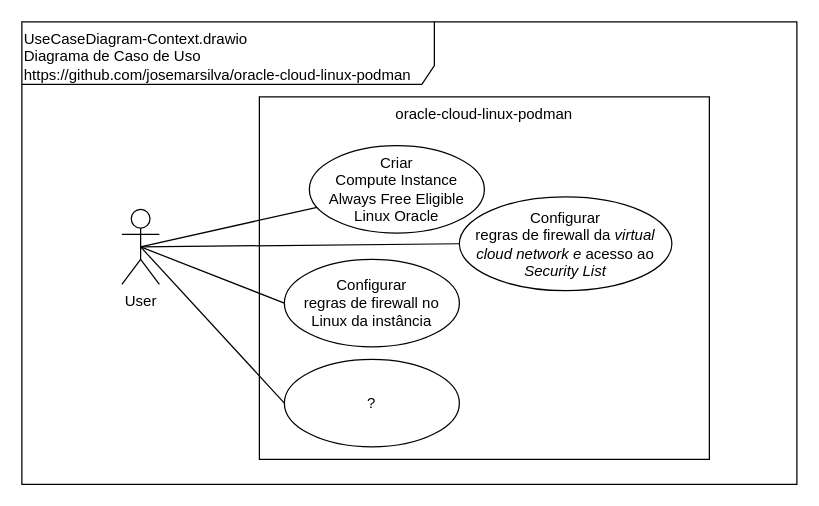
josemarsilva/oracle-cloud-linux-podman keeps this draw.io diagram as doc/uml-diagrams/UseCaseDiagram-Context.drawio. Above is the earlier version. Source tidied: cells renumbered, new cells numbered last; positions are measured from the earlier drawing's top-left corner, leaving out a move shared by most shapes. Both pictures are drawn from the tidied source at 125%, with x=0, y=0 at pixel (21, 21).
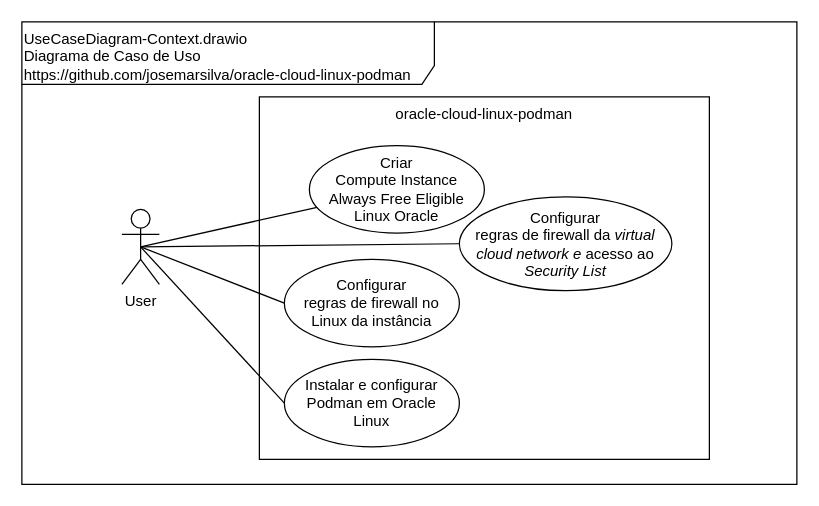
The same page after the edit.

What changed in the source:
```diff
@@
 <mxGraphModel>
   <root>
     <mxCell id="0" />
     <mxCell id="1" parent="0" />
     <mxCell id="2" value="UseCaseDiagram-Context.drawio&lt;br&gt;Diagrama de Caso de Uso&lt;br&gt;https://github.com/josemarsilva/oracle-cloud-linux-podman" style="shape=umlFrame;whiteSpace=wrap;html=1;width=330;height=50;verticalAlign=top;align=left;" parent="1" vertex="1">
       <mxGeometry width="620" height="370" as="geometry" />
     </mxCell>
     <mxCell id="3" value="&lt;div style=&quot;text-align: center&quot;&gt;User&lt;/div&gt;" style="shape=umlActor;verticalLabelPosition=bottom;labelBackgroundColor=#ffffff;verticalAlign=top;html=1;align=center;" parent="1" vertex="1">
       <mxGeometry x="80" y="150" width="30" height="60" as="geometry" />
     </mxCell>
     <mxCell id="4" value="&lt;div style=&quot;text-align: center&quot;&gt;&lt;span&gt;oracle-cloud-linux-podman&lt;/span&gt;&lt;/div&gt;" style="rounded=0;whiteSpace=wrap;html=1;align=center;verticalAlign=top;" parent="1" vertex="1">
       <mxGeometry x="190" y="60" width="360" height="290" as="geometry" />
     </mxCell>
     <mxCell id="5" value="Criar&lt;br&gt;Compute Instance&lt;br&gt;Always Free Eligible&lt;br&gt;Linux Oracle" style="ellipse;whiteSpace=wrap;html=1;align=center;" parent="1" vertex="1">
       <mxGeometry x="230" y="99" width="140" height="70" as="geometry" />
     </mxCell>
     <mxCell id="6" style="rounded=0;jettySize=auto;html=1;endArrow=none;endFill=0;exitX=0.5;exitY=0.5;exitDx=0;exitDy=0;exitPerimeter=0;" parent="1" edge="1" source="3" target="5">
       <mxGeometry relative="1" as="geometry" />
     </mxCell>
     <mxCell id="7" value="Configurar&lt;br&gt;regras de firewall no Linux da instância" style="ellipse;whiteSpace=wrap;html=1;align=center;" parent="1" vertex="1">
       <mxGeometry x="210" y="190" width="140" height="70" as="geometry" />
     </mxCell>
-    <mxCell id="8" value="?" style="ellipse;whiteSpace=wrap;html=1;align=center;" parent="1" vertex="1">
+    <mxCell id="8" value="Instalar e configurar Podman em Oracle &lt;br&gt;Linux" style="ellipse;whiteSpace=wrap;html=1;align=center;" parent="1" vertex="1">
       <mxGeometry x="210" y="270" width="140" height="70" as="geometry" />
     </mxCell>
     <mxCell id="9" value="Configurar&lt;br&gt;regras de firewall&amp;nbsp;da &lt;i&gt;virtual cloud network e&amp;nbsp;&lt;/i&gt;acesso ao &lt;i&gt;Security List&lt;/i&gt;" style="ellipse;whiteSpace=wrap;html=1;align=center;" parent="1" vertex="1">
       <mxGeometry x="350" y="140" width="170" height="75" as="geometry" />
     </mxCell>
     <mxCell id="10" style="rounded=0;jettySize=auto;html=1;endArrow=none;endFill=0;entryX=0;entryY=0.5;entryDx=0;entryDy=0;exitX=0.5;exitY=0.5;exitDx=0;exitDy=0;exitPerimeter=0;" parent="1" edge="1" source="3" target="7">
       <mxGeometry relative="1" as="geometry" />
     </mxCell>
     <mxCell id="11" style="rounded=0;jettySize=auto;html=1;endArrow=none;endFill=0;entryX=0;entryY=0.5;entryDx=0;entryDy=0;exitX=0.5;exitY=0.5;exitDx=0;exitDy=0;exitPerimeter=0;" parent="1" edge="1" source="3" target="9">
       <mxGeometry relative="1" as="geometry" />
     </mxCell>
     <mxCell id="12" style="rounded=0;jettySize=auto;html=1;endArrow=none;endFill=0;entryX=0;entryY=0.5;entryDx=0;entryDy=0;exitX=0.5;exitY=0.5;exitDx=0;exitDy=0;exitPerimeter=0;" parent="1" edge="1" source="3" target="8">
       <mxGeometry relative="1" as="geometry" />
     </mxCell>
   </root>
 </mxGraphModel>
```
